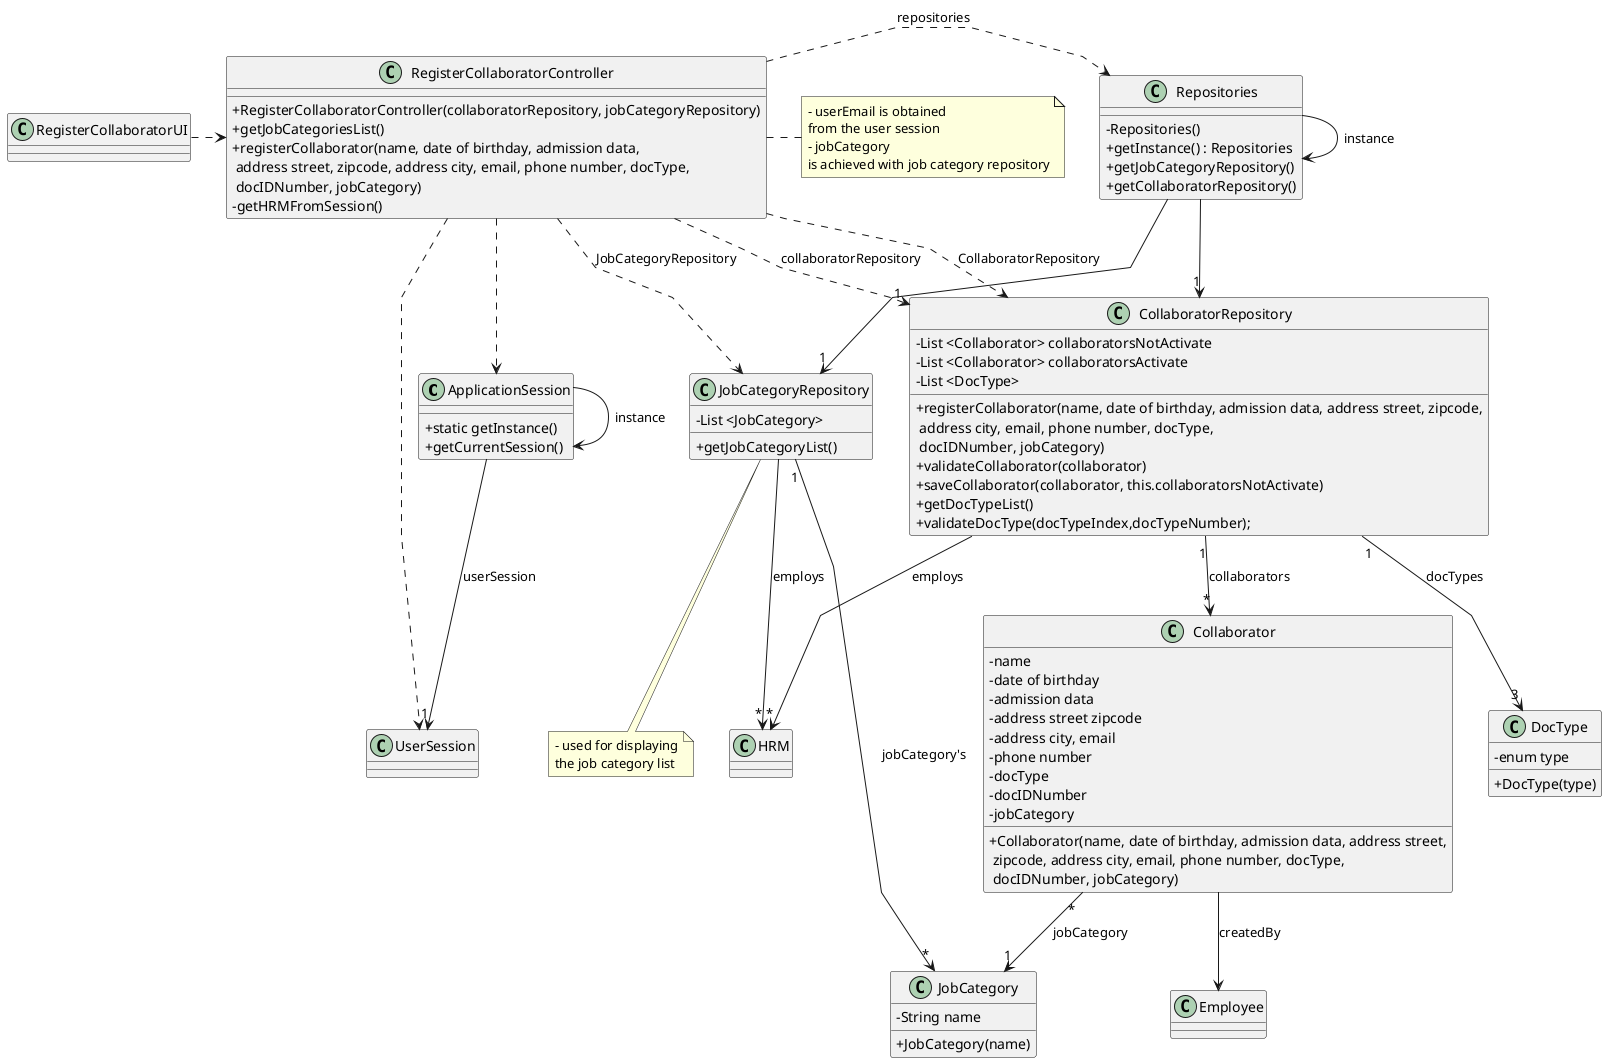
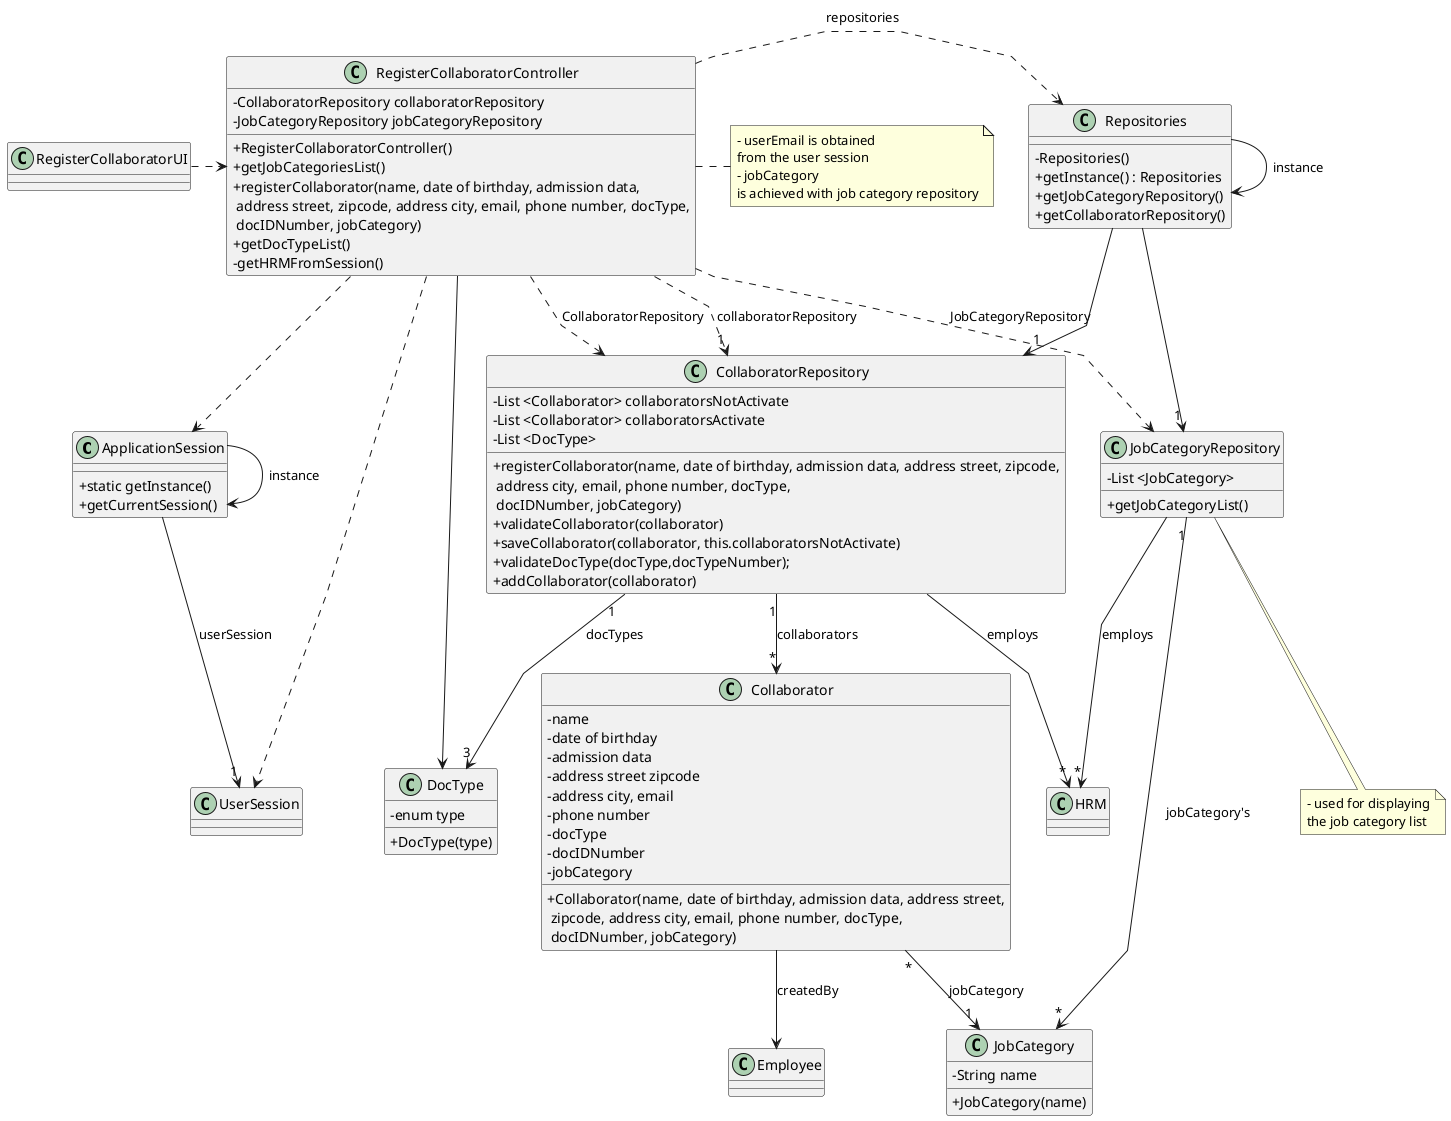
@startuml
'skinparam monochrome true
skinparam packageStyle rectangle
skinparam shadowing false
skinparam linetype polyline
'skinparam linetype orto

skinparam classAttributeIconSize 0

'left to right direction

class ApplicationSession{
    + static getInstance()
    + getCurrentSession()
}

class UserSession{
}

class HRM {
}

class Collaborator {
    - name
    - date of birthday
    - admission data
    - address street zipcode
    - address city, email
    - phone number
    - docType
    - docIDNumber
    - jobCategory

    + Collaborator(name, date of birthday, admission data, address street,\n zipcode, address city, email, phone number, docType,\n docIDNumber, jobCategory)
}

class JobCategory {
    - String name
    + JobCategory(name)
}

class CollaboratorRepository {
    - List <Collaborator> collaboratorsNotActivate
    - List <Collaborator> collaboratorsActivate
    - List <DocType>
    + registerCollaborator(name, date of birthday, admission data, address street, zipcode,\n address city, email, phone number, docType,\n docIDNumber, jobCategory)
    + validateCollaborator(collaborator)
    + saveCollaborator(collaborator, this.collaboratorsNotActivate)
-     + getDocTypeList()
-     + validateDocType(docTypeIndex,docTypeNumber);
+     + validateDocType(docType,docTypeNumber);
+     + addCollaborator(collaborator)
}

class DocType{
    -enum type
    +DocType(type)
}

class JobCategoryRepository {
    - List <JobCategory>
    + getJobCategoryList()
}


class Repositories {
    - Repositories()
    + getInstance() : Repositories
    + getJobCategoryRepository()
    + getCollaboratorRepository()
}

class RegisterCollaboratorController {
-     + RegisterCollaboratorController(collaboratorRepository, jobCategoryRepository)
+     - CollaboratorRepository collaboratorRepository
+     - JobCategoryRepository jobCategoryRepository
+     + RegisterCollaboratorController()
    + getJobCategoriesList()
    + registerCollaborator(name, date of birthday, admission data,\n address street, zipcode, address city, email, phone number, docType,\n docIDNumber, jobCategory)
+     + getDocTypeList()
    - getHRMFromSession()
}

note right of RegisterCollaboratorController
    - userEmail is obtained
    from the user session
    - jobCategory
    is achieved with job category repository
end note

note bottom of JobCategoryRepository
    - used for displaying
    the job category list
end note

class RegisterCollaboratorUI {
}

Repositories -> Repositories : instance
ApplicationSession -> ApplicationSession : instance

RegisterCollaboratorUI .> RegisterCollaboratorController

RegisterCollaboratorController .> Repositories : repositories

Repositories -> "1" JobCategoryRepository

RegisterCollaboratorController ..> CollaboratorRepository : CollaboratorRepository
RegisterCollaboratorController ..> JobCategoryRepository : JobCategoryRepository
- 
+ RegisterCollaboratorController --> DocType
Repositories --> "1" CollaboratorRepository

ApplicationSession --> "1" UserSession : userSession
RegisterCollaboratorController ..> "1" CollaboratorRepository : collaboratorRepository
RegisterCollaboratorController ..> ApplicationSession
RegisterCollaboratorController ..> UserSession
Collaborator "*" --> "1" JobCategory : jobCategory
JobCategoryRepository "1" --> "*" JobCategory : jobCategory's
CollaboratorRepository "1" --> "*" Collaborator : collaborators
CollaboratorRepository "1" --> "3" DocType : docTypes
Collaborator --> Employee : createdBy

CollaboratorRepository --> "*" HRM : employs
JobCategoryRepository --> "*" HRM : employs


@enduml